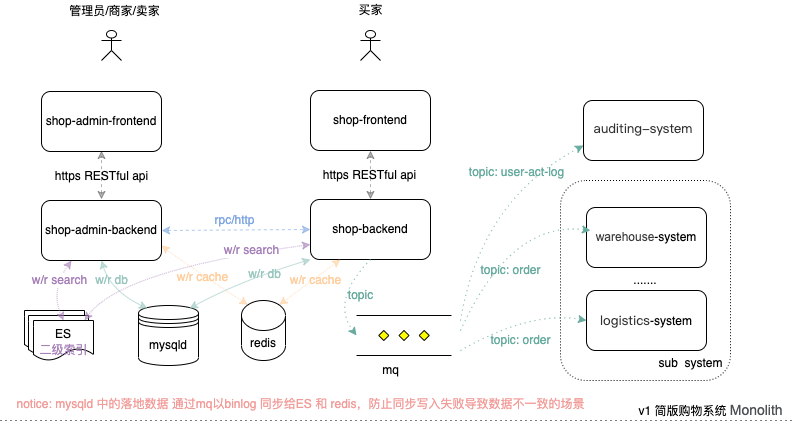
Above: shop-system.drawio.png in weedge/mypic (draw.io), before the change. Source tidied: cells renumbered, new cells last; positions are measured from the earlier drawing's top-left corner, leaving out a move shared by most shapes.
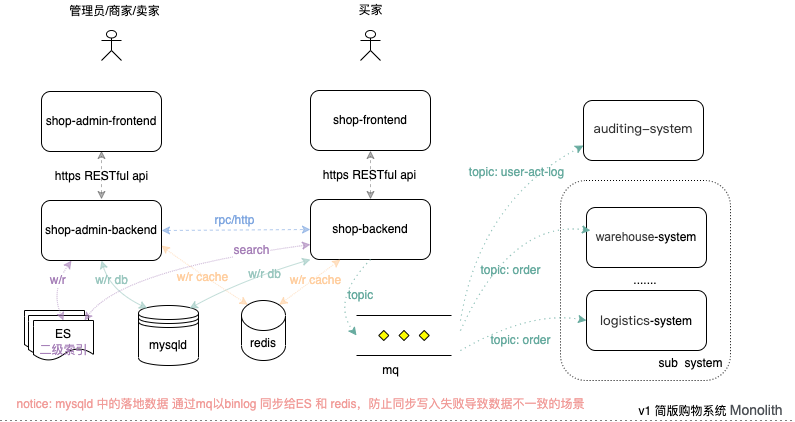
After the change.

Change to the diagram source:
```diff
@@ -181,7 +181,7 @@
         </Array>
       </mxGeometry>
     </mxCell>
-    <mxCell id="48" value="w/r search" style="edgeLabel;html=1;align=center;verticalAlign=middle;fontColor=#A680B8;" parent="47" vertex="1">
+    <mxCell id="48" value="w/r&amp;nbsp;" style="edgeLabel;html=1;align=center;verticalAlign=middle;fontColor=#A680B8;" parent="47" vertex="1">
       <mxGeometry x="0.32" y="-1" relative="1" as="geometry" />
     </mxCell>
     <mxCell id="49" style="curved=1;endArrow=classic;html=1;rounded=0;dashed=1;dashPattern=1 1;fontColor=#A680B8;strokeColor=#A680B8;strokeWidth=1;opacity=60;exitX=1;exitY=0.25;exitDx=0;exitDy=0;entryX=0;entryY=0.75;entryDx=0;entryDy=0;startArrow=classic;startFill=1;" parent="1" edge="1" source="2" target="9">
@@ -191,7 +191,7 @@
         </Array>
       </mxGeometry>
     </mxCell>
-    <mxCell id="50" value="w/r search" style="edgeLabel;html=1;align=center;verticalAlign=middle;fontColor=#A680B8;" parent="49" vertex="1">
+    <mxCell id="50" value="search" style="edgeLabel;html=1;align=center;verticalAlign=middle;fontColor=#A680B8;" parent="49" vertex="1">
       <mxGeometry x="0.66" relative="1" as="geometry">
         <mxPoint x="-17" as="offset" />
       </mxGeometry>
```
